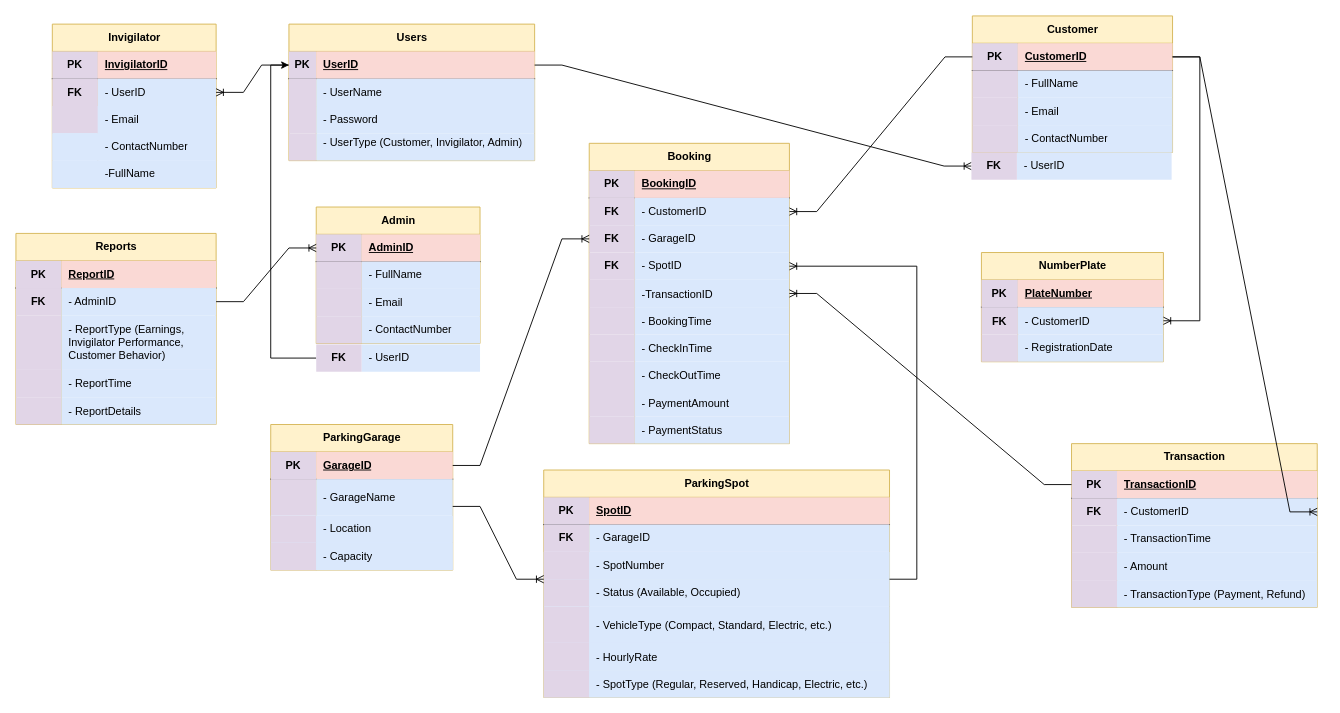
Rachit1313/ParkEase keeps this draw.io diagram as DBD.drawio. Above is the earlier version. Source tidied: cells renumbered, new cells numbered last; positions are measured from the earlier drawing's top-left corner, leaving out a move shared by most shapes. Both pictures are drawn from the tidied source at 91%, with x=0, y=0 at pixel (15, 15).
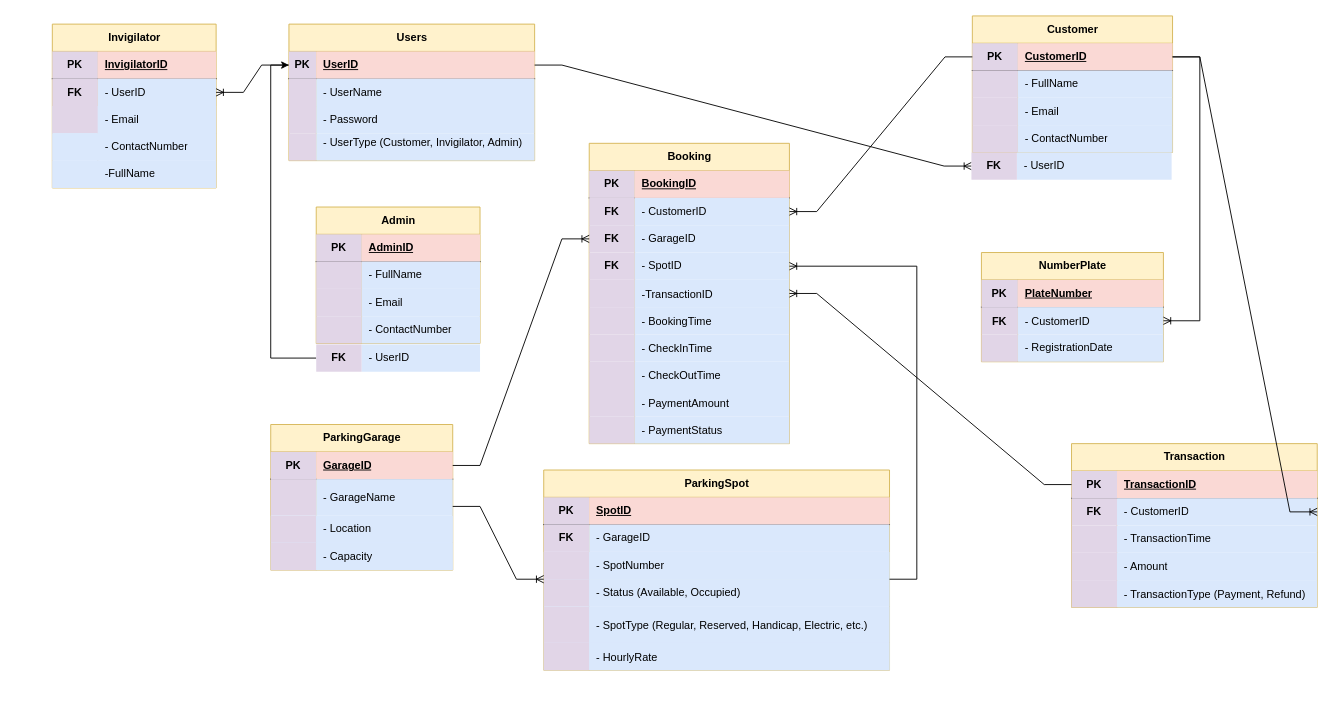
After the change.

Commit message:
Removed Reports table #3

Unchanged cells that the change refers to:
```xml
<mxCell id="45" style="shape=tableRow;horizontal=0;startSize=0;swimlaneHead=0;swimlaneBody=0;fillColor=none;points=[[0,0.5],[1,0.5]];portConstraint=eastwest;top=0;left=0;right=0;bottom=1;" parent="44" vertex="1">
  <mxGeometry y="30" width="180" height="30" as="geometry" />
</mxCell>
<mxCell id="156" style="shape=tableRow;horizontal=0;startSize=0;swimlaneHead=0;swimlaneBody=0;fillColor=#dae8fc;top=0;left=0;right=0;bottom=0;strokeColor=#6c8ebf;" parent="143" vertex="1">
  <mxGeometry y="150" width="380" height="40" as="geometry" />
</mxCell>
```

What changed in the source:
```diff
@@
-    <mxCell id="127" value="&lt;div&gt;Reports&lt;/div&gt;" style="shape=table;startSize=30;childLayout=tableLayout;rowLines=0;fontStyle=1;align=center;html=1;fillColor=#fff2cc;strokeColor=#d6b656;" parent="1" vertex="1">
-      <mxGeometry y="239" width="220" height="210" as="geometry" />
-    </mxCell>
-    <mxCell id="128" style="shape=tableRow;horizontal=0;startSize=0;swimlaneHead=0;swimlaneBody=0;fillColor=none;top=0;left=0;right=0;bottom=1;" parent="127" vertex="1">
-      <mxGeometry y="30" width="220" height="30" as="geometry" />
-    </mxCell>
-    <mxCell id="129" value="PK" style="shape=partialRectangle;fillColor=#e1d5e7;top=0;left=0;bottom=0;right=0;fontStyle=1;overflow=hidden;whiteSpace=wrap;html=1;strokeColor=#9673a6;" parent="128" vertex="1">
-      <mxGeometry width="50" height="30" as="geometry" />
-    </mxCell>
-    <mxCell id="130" value="ReportID" style="shape=partialRectangle;fillColor=#fad9d5;top=0;left=0;bottom=0;right=0;align=left;spacingLeft=6;fontStyle=5;overflow=hidden;whiteSpace=wrap;html=1;strokeColor=#ae4132;" parent="128" vertex="1">
-      <mxGeometry x="50" width="170" height="30" as="geometry" />
-    </mxCell>
-    <mxCell id="131" style="shape=tableRow;horizontal=0;startSize=0;swimlaneHead=0;swimlaneBody=0;fillColor=none;points=[[0,0.5],[1,0.5]];portConstraint=eastwest;top=0;left=0;right=0;bottom=0;" parent="127" vertex="1">
-      <mxGeometry y="60" width="220" height="30" as="geometry" />
-    </mxCell>
-    <mxCell id="132" value="&lt;b style=&quot;border-color: var(--border-color);&quot;&gt;FK&lt;/b&gt;" style="shape=partialRectangle;fillColor=#e1d5e7;top=0;left=0;bottom=0;right=0;overflow=hidden;whiteSpace=wrap;html=1;strokeColor=#9673a6;" parent="131" vertex="1">
-      <mxGeometry width="50" height="30" as="geometry" />
-    </mxCell>
-    <mxCell id="133" value="- AdminID" style="shape=partialRectangle;fillColor=#dae8fc;top=0;left=0;bottom=0;right=0;align=left;spacingLeft=6;overflow=hidden;whiteSpace=wrap;html=1;strokeColor=#6c8ebf;" parent="131" vertex="1">
-      <mxGeometry x="50" width="170" height="30" as="geometry" />
-    </mxCell>
-    <mxCell id="134" style="shape=tableRow;horizontal=0;startSize=0;swimlaneHead=0;swimlaneBody=0;fillColor=none;top=0;left=0;right=0;bottom=0;" parent="127" vertex="1">
-      <mxGeometry y="90" width="220" height="60" as="geometry" />
-    </mxCell>
-    <mxCell id="135" style="shape=partialRectangle;fillColor=#e1d5e7;top=0;left=0;bottom=0;right=0;overflow=hidden;whiteSpace=wrap;html=1;strokeColor=#9673a6;" parent="134" vertex="1">
-      <mxGeometry width="50" height="60" as="geometry" />
-    </mxCell>
-    <mxCell id="136" value="&lt;div&gt;- ReportType (Earnings, Invigilator Performance, Customer Behavior)&lt;/div&gt;" style="shape=partialRectangle;fillColor=#dae8fc;top=0;left=0;bottom=0;right=0;align=left;spacingLeft=6;overflow=hidden;whiteSpace=wrap;html=1;strokeColor=#6c8ebf;" parent="134" vertex="1">
-      <mxGeometry x="50" width="170" height="60" as="geometry" />
-    </mxCell>
-    <mxCell id="137" style="shape=tableRow;horizontal=0;startSize=0;swimlaneHead=0;swimlaneBody=0;fillColor=none;top=0;left=0;right=0;bottom=0;" parent="127" vertex="1">
-      <mxGeometry y="150" width="220" height="30" as="geometry" />
-    </mxCell>
-    <mxCell id="138" style="shape=partialRectangle;fillColor=#e1d5e7;top=0;left=0;bottom=0;right=0;overflow=hidden;whiteSpace=wrap;html=1;strokeColor=#9673a6;" parent="137" vertex="1">
-      <mxGeometry width="50" height="30" as="geometry" />
-    </mxCell>
-    <mxCell id="139" value="- ReportTime" style="shape=partialRectangle;fillColor=#dae8fc;top=0;left=0;bottom=0;right=0;align=left;spacingLeft=6;overflow=hidden;whiteSpace=wrap;html=1;strokeColor=#6c8ebf;" parent="137" vertex="1">
-      <mxGeometry x="50" width="170" height="30" as="geometry" />
-    </mxCell>
-    <mxCell id="140" style="shape=tableRow;horizontal=0;startSize=0;swimlaneHead=0;swimlaneBody=0;fillColor=none;top=0;left=0;right=0;bottom=0;" parent="127" vertex="1">
-      <mxGeometry y="180" width="220" height="30" as="geometry" />
-    </mxCell>
-    <mxCell id="141" style="shape=partialRectangle;fillColor=#e1d5e7;top=0;left=0;bottom=0;right=0;overflow=hidden;strokeColor=#9673a6;" parent="140" vertex="1">
-      <mxGeometry width="50" height="30" as="geometry" />
-    </mxCell>
-    <mxCell id="142" value="- ReportDetails" style="shape=partialRectangle;fillColor=#dae8fc;top=0;left=0;bottom=0;right=0;align=left;spacingLeft=6;overflow=hidden;strokeColor=#6c8ebf;" parent="140" vertex="1">
-      <mxGeometry x="50" width="170" height="30" as="geometry" />
-    </mxCell>
     <mxCell id="143" value="&lt;div&gt;ParkingSpot&lt;/div&gt;" style="shape=table;startSize=30;childLayout=tableLayout;rowLines=0;fontStyle=1;align=center;html=1;fillColor=#fff2cc;strokeColor=#d6b656;" parent="1" vertex="1">
-      <mxGeometry x="580" y="499" width="380" height="250" as="geometry" />
+      <mxGeometry x="580" y="499" width="380" height="220" as="geometry" />
     </mxCell>
@@
-    <mxCell id="158" value="- VehicleType (Compact, Standard, Electric, etc.)" style="shape=partialRectangle;fillColor=#dae8fc;top=0;left=0;bottom=0;right=0;align=left;spacingLeft=6;overflow=hidden;strokeColor=#6c8ebf;" parent="156" vertex="1">
+    <mxCell id="158" value="- SpotType (Regular, Reserved, Handicap, Electric, etc.)" style="shape=partialRectangle;fillColor=#dae8fc;top=0;left=0;bottom=0;right=0;align=left;spacingLeft=6;overflow=hidden;strokeColor=#6c8ebf;" parent="156" vertex="1">
       <mxGeometry x="50" width="330" height="40" as="geometry" />
     </mxCell>
@@
-    <mxCell id="162" style="shape=tableRow;horizontal=0;startSize=0;swimlaneHead=0;swimlaneBody=0;fillColor=#dae8fc;top=0;left=0;right=0;bottom=0;strokeColor=#6c8ebf;" parent="143" vertex="1">
-      <mxGeometry y="220" width="380" height="30" as="geometry" />
-    </mxCell>
-    <mxCell id="163" style="shape=partialRectangle;fillColor=#e1d5e7;top=0;left=0;bottom=0;right=0;overflow=hidden;strokeColor=#9673a6;" parent="162" vertex="1">
-      <mxGeometry width="50" height="30" as="geometry" />
-    </mxCell>
-    <mxCell id="164" value="- SpotType (Regular, Reserved, Handicap, Electric, etc.)" style="shape=partialRectangle;fillColor=#dae8fc;top=0;left=0;bottom=0;right=0;align=left;spacingLeft=6;overflow=hidden;strokeColor=#6c8ebf;" parent="162" vertex="1">
-      <mxGeometry x="50" width="330" height="30" as="geometry" />
-    </mxCell>
@@
-    <mxCell id="170" style="edgeStyle=entityRelationEdgeStyle;fontSize=12;html=1;endArrow=ERoneToMany;rounded=0;entryX=0;entryY=0.5;entryDx=0;entryDy=0;exitX=1;exitY=0.5;exitDx=0;exitDy=0;" parent="1" edge="1" source="131" target="45">
-      <mxGeometry relative="1" as="geometry" />
-    </mxCell>
```
